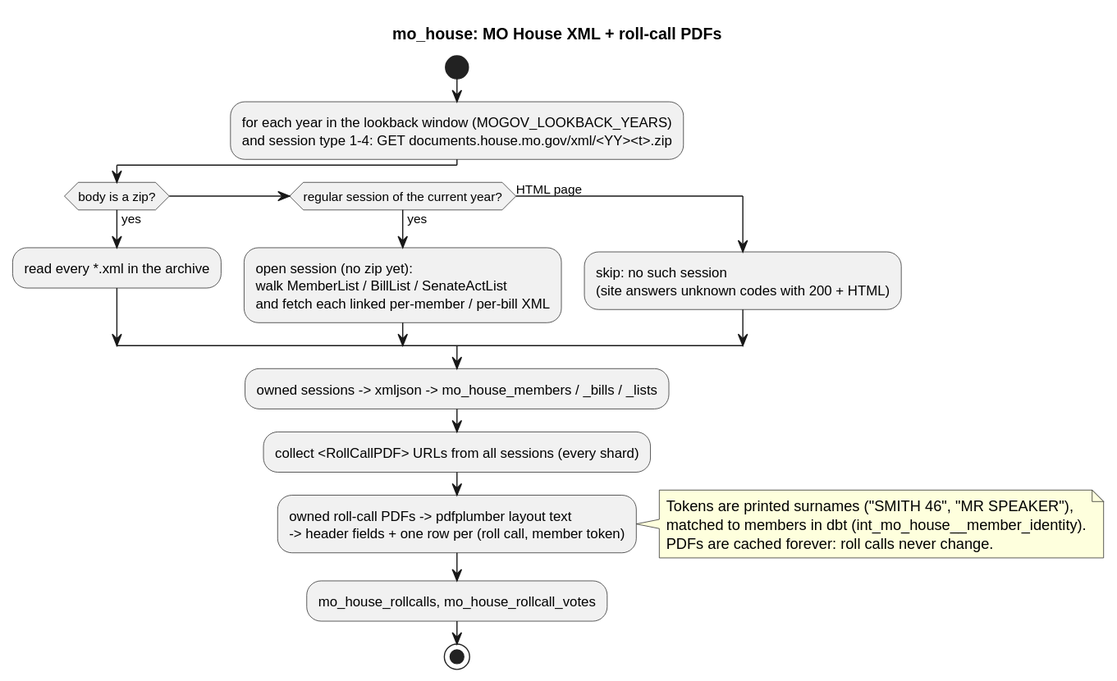
The PlantUML diagram docs/diagrams/sources/mo_house.svg in akettmann/missouri_gov_feed, before a commit. Its source is kept beside it as docs/diagrams/sources/mo_house.puml.
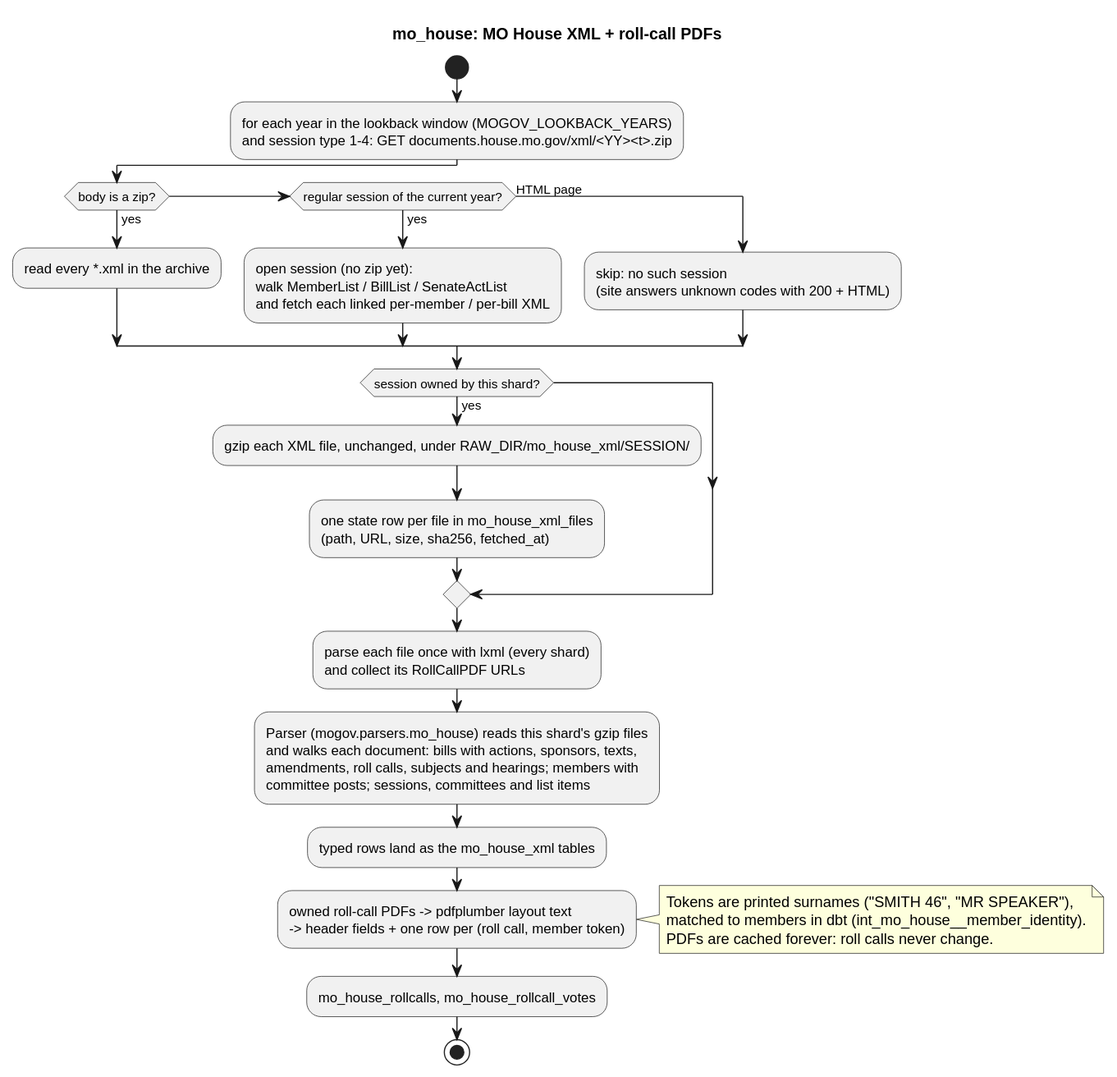
Later version of the same file.

Diff of the diagram source:
```diff
@@ -13,8 +13,18 @@
   :skip: no such session
   (site answers unknown codes with 200 + HTML);
 endif
-:owned sessions -> xmljson -> mo_house_members / _bills / _lists;
-:collect <RollCallPDF> URLs from all sessions (every shard);
+if (session owned by this shard?) then (yes)
+  :gzip each XML file, unchanged, under RAW_DIR/mo_house_xml/SESSION/;
+  :one state row per file in mo_house_xml_files
+  (path, URL, size, sha256, fetched_at);
+endif
+:parse each file once with lxml (every shard)
+and collect its RollCallPDF URLs;
+:Parser (mogov.parsers.mo_house) reads this shard's gzip files
+and walks each document: bills with actions, sponsors, texts,
+amendments, roll calls, subjects and hearings; members with
+committee posts; sessions, committees and list items;
+:typed rows land as the mo_house_xml tables;
 :owned roll-call PDFs -> pdfplumber layout text
 -> header fields + one row per (roll call, member token);
 note right
```
